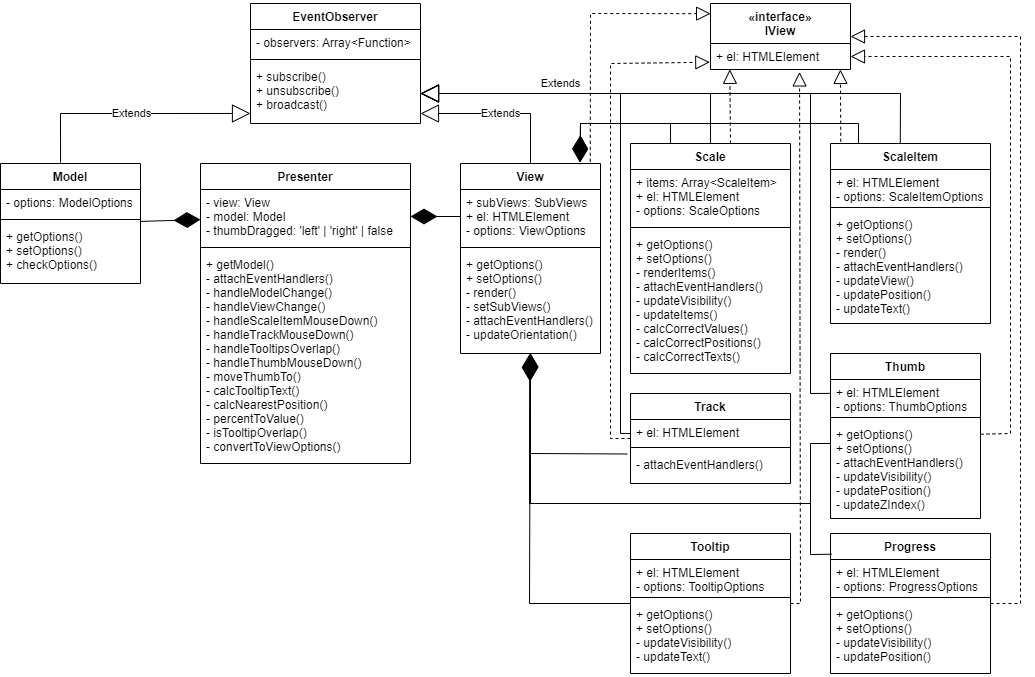
staya-bomjei/range-slider keeps this draw.io diagram as docs/classes-diagram.png. Above is the earlier version. Source tidied: cells renumbered, new cells last; positions are measured from the earlier drawing's top-left corner, leaving out a move shared by most shapes.
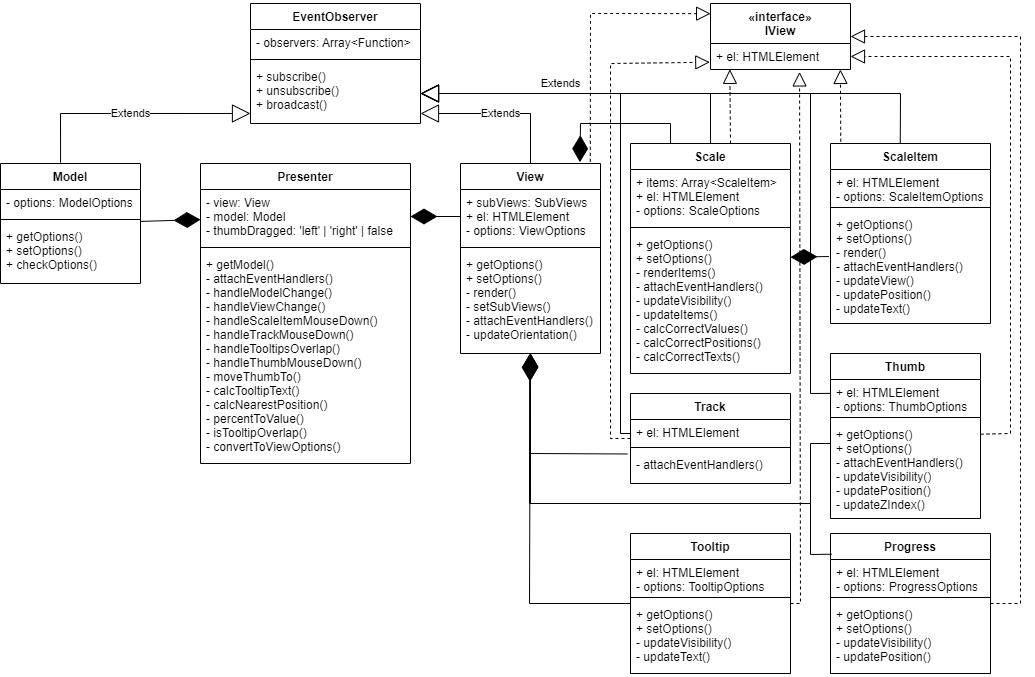
Above is the later version.

Change to the diagram source:
```diff
@@ -246,14 +246,6 @@
         </Array>
       </mxGeometry>
     </mxCell>
-    <mxCell id="62" style="endArrow=diamondThin;endFill=1;endSize=24;html=1;rounded=0;entryX=0.854;entryY=-0.005;entryDx=0;entryDy=0;entryPerimeter=0;exitX=0.175;exitY=0.002;exitDx=0;exitDy=0;exitPerimeter=0;" parent="1" edge="1" source="26" target="10">
-      <mxGeometry relative="1" as="geometry">
-        <Array as="points">
-          <mxPoint x="858" y="120" />
-          <mxPoint x="580" y="120" />
-        </Array>
-      </mxGeometry>
-    </mxCell>
     <mxCell id="63" style="endArrow=diamondThin;endFill=1;endSize=24;html=1;rounded=0;entryX=0.494;entryY=1.005;entryDx=0;entryDy=0;entryPerimeter=0;" parent="1" edge="1" target="13">
       <mxGeometry relative="1" as="geometry">
         <mxPoint x="830" y="440" as="sourcePoint" />
@@ -274,5 +266,8 @@
         </Array>
       </mxGeometry>
     </mxCell>
+    <mxCell id="65" style="endArrow=diamondThin;endFill=1;endSize=24;html=1;rounded=0;exitX=-0.01;exitY=0.402;exitDx=0;exitDy=0;exitPerimeter=0;" parent="1" edge="1" source="29" target="22">
+      <mxGeometry relative="1" as="geometry" />
+    </mxCell>
   </root>
 </mxGraphModel>
```
